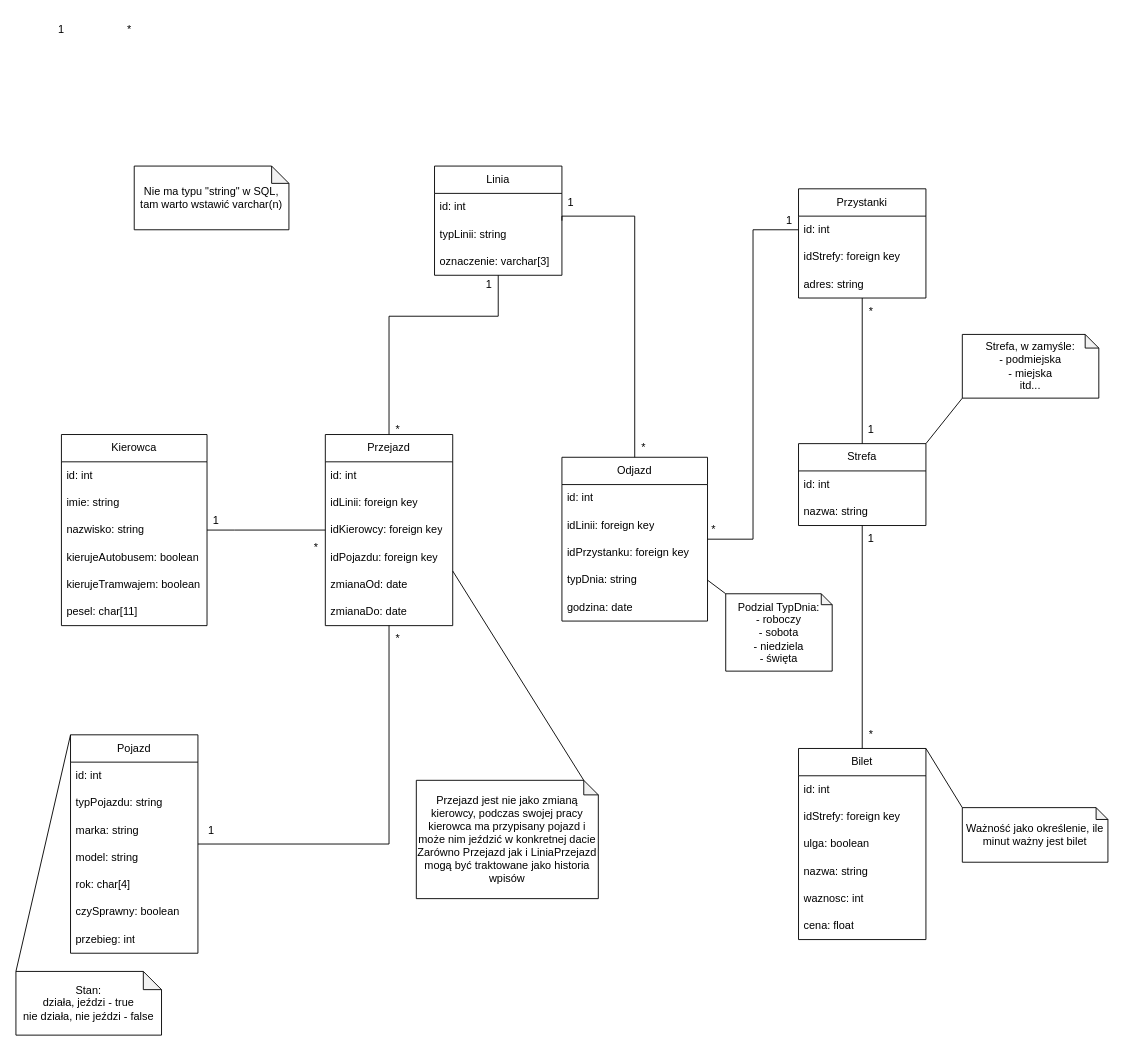
Pietrzaaq/bus-base keeps this draw.io diagram as TableDiagram.drawio. Above is the earlier version. Source tidied: cells renumbered, new cells numbered last; positions are measured from the earlier drawing's top-left corner, leaving out a move shared by most shapes. Both pictures are drawn from the tidied source at 91%, with x=0, y=0 at pixel (15, 15).
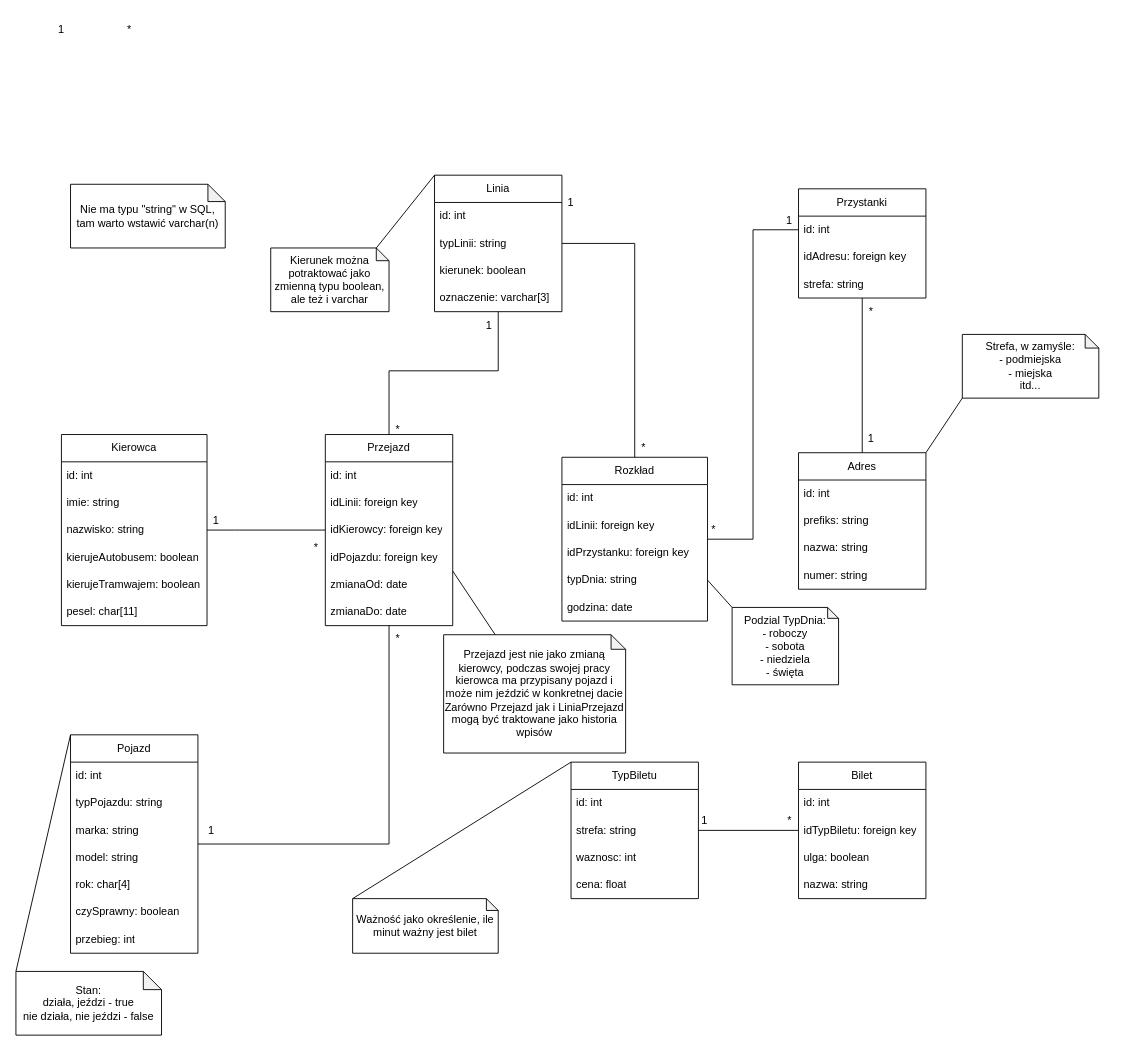
Above is the later version.

Commit message:
Table diagram after suggestions (#2)

* Table diagram after suggestions

* fixup! Table diagram after suggestions

The change refers to these unchanged cells:
```xml
<mxCell id="9" value="Przystanki" style="swimlane;fontStyle=0;horizontal=1;startSize=30;whiteSpace=wrap;html=1;" parent="1" vertex="1">
  <mxGeometry x="860" y="190" width="140" height="120" as="geometry" />
</mxCell>
<mxCell id="43" value="Przejazd" style="swimlane;fontStyle=0;horizontal=1;startSize=30;whiteSpace=wrap;html=1;" parent="1" vertex="1">
  <mxGeometry x="340" y="460" width="140" height="210" as="geometry" />
</mxCell>
```

The edit, as a diff of the source:
```diff
@@
     <mxCell id="2" value="Linia" style="swimlane;fontStyle=0;horizontal=1;startSize=30;whiteSpace=wrap;html=1;" parent="1" vertex="1">
-      <mxGeometry x="460" y="165" width="140" height="120" as="geometry" />
+      <mxGeometry x="460" y="175" width="140" height="150" as="geometry" />
     </mxCell>
@@
+    <mxCell id="82" value="kierunek: boolean" style="text;strokeColor=none;fillColor=none;align=left;verticalAlign=middle;spacingLeft=4;spacingRight=4;overflow=hidden;whiteSpace=wrap;html=1;" parent="2" vertex="1">
+      <mxGeometry y="90" width="140" height="30" as="geometry" />
+    </mxCell>
     <mxCell id="5" value="oznaczenie: varchar[3]" style="text;strokeColor=none;fillColor=none;align=left;verticalAlign=middle;spacingLeft=4;spacingRight=4;overflow=hidden;whiteSpace=wrap;html=1;" parent="2" vertex="1">
-      <mxGeometry y="90" width="140" height="30" as="geometry" />
+      <mxGeometry y="120" width="140" height="30" as="geometry" />
     </mxCell>
     <mxCell id="6" value="Nie ma typu &quot;string&quot; w SQL, tam warto wstawić varchar(n)" style="shape=note;whiteSpace=wrap;html=1;backgroundOutline=1;darkOpacity=0.05;size=19;" parent="1" vertex="1">
-      <mxGeometry x="130" y="165" width="170" height="70" as="geometry" />
+      <mxGeometry x="60" y="185" width="170" height="70" as="geometry" />
     </mxCell>
@@
+    <mxCell id="83" value="idAdresu: foreign key" style="text;strokeColor=none;fillColor=none;align=left;verticalAlign=middle;spacingLeft=4;spacingRight=4;overflow=hidden;whiteSpace=wrap;html=1;" parent="9" vertex="1">
+      <mxGeometry y="60" width="140" height="30" as="geometry" />
+    </mxCell>
-    <mxCell id="11" value="idStrefy: foreign key" style="text;strokeColor=none;fillColor=none;align=left;verticalAlign=middle;spacingLeft=4;spacingRight=4;overflow=hidden;whiteSpace=wrap;html=1;" parent="9" vertex="1">
-      <mxGeometry y="60" width="140" height="30" as="geometry" />
+    <mxCell id="11" value="strefa: string" style="text;strokeColor=none;fillColor=none;align=left;verticalAlign=middle;spacingLeft=4;spacingRight=4;overflow=hidden;whiteSpace=wrap;html=1;" parent="9" vertex="1">
+      <mxGeometry y="90" width="140" height="30" as="geometry" />
     </mxCell>
-    <mxCell id="12" value="adres: string" style="text;strokeColor=none;fillColor=none;align=left;verticalAlign=middle;spacingLeft=4;spacingRight=4;overflow=hidden;whiteSpace=wrap;html=1;" parent="9" vertex="1">
-      <mxGeometry y="90" width="140" height="30" as="geometry" />
-    </mxCell>
-    <mxCell id="13" value="Strefa" style="swimlane;fontStyle=0;horizontal=1;startSize=30;whiteSpace=wrap;html=1;" parent="1" vertex="1">
-      <mxGeometry x="860" y="470" width="140" height="90" as="geometry" />
+    <mxCell id="13" value="Adres" style="swimlane;fontStyle=0;horizontal=1;startSize=30;whiteSpace=wrap;html=1;" parent="1" vertex="1">
+      <mxGeometry x="860" y="480" width="140" height="150" as="geometry" />
     </mxCell>
@@
+    <mxCell id="84" value="prefiks: string" style="text;strokeColor=none;fillColor=none;align=left;verticalAlign=middle;spacingLeft=4;spacingRight=4;overflow=hidden;whiteSpace=wrap;html=1;" parent="13" vertex="1">
+      <mxGeometry y="60" width="140" height="30" as="geometry" />
+    </mxCell>
     <mxCell id="15" value="nazwa: string" style="text;strokeColor=none;fillColor=none;align=left;verticalAlign=middle;spacingLeft=4;spacingRight=4;overflow=hidden;whiteSpace=wrap;html=1;" parent="13" vertex="1">
-      <mxGeometry y="60" width="140" height="30" as="geometry" />
+      <mxGeometry y="90" width="140" height="30" as="geometry" />
     </mxCell>
+    <mxCell id="85" value="numer: string" style="text;strokeColor=none;fillColor=none;align=left;verticalAlign=middle;spacingLeft=4;spacingRight=4;overflow=hidden;whiteSpace=wrap;html=1;" parent="13" vertex="1">
+      <mxGeometry y="120" width="140" height="30" as="geometry" />
+    </mxCell>
@@
     <mxCell id="17" value="1" style="text;html=1;strokeColor=none;fillColor=none;align=center;verticalAlign=middle;whiteSpace=wrap;rounded=0;" parent="1" vertex="1">
-      <mxGeometry x="910" y="440" width="60" height="30" as="geometry" />
+      <mxGeometry x="910" y="450" width="60" height="30" as="geometry" />
     </mxCell>
@@
     <mxCell id="19" value="Bilet" style="swimlane;fontStyle=0;horizontal=1;startSize=30;whiteSpace=wrap;html=1;" parent="1" vertex="1">
-      <mxGeometry x="860" y="805" width="140" height="210" as="geometry" />
+      <mxGeometry x="860" y="820" width="140" height="150" as="geometry" />
     </mxCell>
@@
-    <mxCell id="21" value="idStrefy: foreign key" style="text;strokeColor=none;fillColor=none;align=left;verticalAlign=middle;spacingLeft=4;spacingRight=4;overflow=hidden;whiteSpace=wrap;html=1;" parent="19" vertex="1">
+    <mxCell id="21" value="idTypBiletu: foreign key" style="text;strokeColor=none;fillColor=none;align=left;verticalAlign=middle;spacingLeft=4;spacingRight=4;overflow=hidden;whiteSpace=wrap;html=1;" parent="19" vertex="1">
       <mxGeometry y="60" width="140" height="30" as="geometry" />
     </mxCell>
@@
-    <mxCell id="24" value="waznosc: int" style="text;strokeColor=none;fillColor=none;align=left;verticalAlign=middle;spacingLeft=4;spacingRight=4;overflow=hidden;whiteSpace=wrap;html=1;" parent="19" vertex="1">
-      <mxGeometry y="150" width="140" height="30" as="geometry" />
-    </mxCell>
-    <mxCell id="25" value="cena: float" style="text;strokeColor=none;fillColor=none;align=left;verticalAlign=middle;spacingLeft=4;spacingRight=4;overflow=hidden;whiteSpace=wrap;html=1;" parent="19" vertex="1">
-      <mxGeometry y="180" width="140" height="30" as="geometry" />
-    </mxCell>
-    <mxCell id="26" style="edgeStyle=orthogonalEdgeStyle;rounded=0;jettySize=auto;html=1;endArrow=none;endFill=0;exitX=0.5;exitY=0;exitDx=0;exitDy=0;entryX=0.5;entryY=1;entryDx=0;entryDy=0;" parent="1" edge="1" source="19" target="13">
-      <mxGeometry relative="1" as="geometry" />
+    <mxCell id="26" style="edgeStyle=orthogonalEdgeStyle;rounded=0;jettySize=auto;html=1;endArrow=none;endFill=0;entryX=1;entryY=0.5;entryDx=0;entryDy=0;" parent="1" edge="1" target="90">
+      <mxGeometry relative="1" as="geometry">
+        <mxPoint x="860" y="895" as="sourcePoint" />
+        <Array as="points">
+          <mxPoint x="860" y="895" />
+        </Array>
+      </mxGeometry>
     </mxCell>
@@
-    <mxCell id="50" value="Odjazd" style="swimlane;fontStyle=0;horizontal=1;startSize=30;whiteSpace=wrap;html=1;" parent="1" vertex="1">
+    <mxCell id="50" value="Rozkład" style="swimlane;fontStyle=0;horizontal=1;startSize=30;whiteSpace=wrap;html=1;" parent="1" vertex="1">
       <mxGeometry x="600" y="485" width="160" height="180" as="geometry" />
     </mxCell>
@@
     <mxCell id="58" style="edgeStyle=orthogonalEdgeStyle;rounded=0;jettySize=auto;html=1;endArrow=none;endFill=0;entryX=1;entryY=0.5;entryDx=0;entryDy=0;exitX=0.5;exitY=0;exitDx=0;exitDy=0;" parent="1" edge="1" source="50" target="2">
       <mxGeometry relative="1" as="geometry">
         <Array as="points">
-          <mxPoint x="680" y="220" />
+          <mxPoint x="680" y="250" />
         </Array>
       </mxGeometry>
     </mxCell>
@@
     <mxCell id="60" style="edgeStyle=orthogonalEdgeStyle;rounded=0;jettySize=auto;html=1;endArrow=none;endFill=0;exitX=0.5;exitY=1;exitDx=0;exitDy=0;entryX=0.5;entryY=0;entryDx=0;entryDy=0;" parent="1" edge="1" source="2" target="43">
       <mxGeometry relative="1" as="geometry">
         <Array as="points">
-          <mxPoint x="530" y="330" />
-          <mxPoint x="410" y="330" />
+          <mxPoint x="530" y="390" />
+          <mxPoint x="410" y="390" />
         </Array>
       </mxGeometry>
     </mxCell>
@@
     <mxCell id="62" value="1" style="text;html=1;strokeColor=none;fillColor=none;align=center;verticalAlign=middle;whiteSpace=wrap;rounded=0;" parent="1" vertex="1">
-      <mxGeometry x="490" y="280" width="60" height="30" as="geometry" />
+      <mxGeometry x="510" y="325" width="20" height="30" as="geometry" />
     </mxCell>
@@
     <mxCell id="69" value="*" style="text;html=1;strokeColor=none;fillColor=none;align=center;verticalAlign=middle;whiteSpace=wrap;rounded=0;" parent="1" vertex="1">
-      <mxGeometry x="910" y="775" width="60" height="30" as="geometry" />
+      <mxGeometry x="835.8" y="870" width="28.5" height="30" as="geometry" />
     </mxCell>
     <mxCell id="70" value="1" style="text;html=1;strokeColor=none;fillColor=none;align=center;verticalAlign=middle;whiteSpace=wrap;rounded=0;" parent="1" vertex="1">
-      <mxGeometry x="910" y="560" width="60" height="30" as="geometry" />
+      <mxGeometry x="727" y="870" width="60" height="30" as="geometry" />
     </mxCell>
@@
     <mxCell id="74" value="Przejazd jest nie jako zmianą kierowcy, podczas swojej pracy kierowca ma przypisany pojazd i może nim jeździć w konkretnej dacie&lt;br&gt;Zarówno Przejazd jak i LiniaPrzejazd mogą być traktowane jako historia wpisów" style="shape=note;whiteSpace=wrap;html=1;backgroundOutline=1;darkOpacity=0.05;size=16;" parent="1" vertex="1">
-      <mxGeometry x="440" y="840" width="200" height="130" as="geometry" />
+      <mxGeometry x="470" y="680" width="200" height="130" as="geometry" />
     </mxCell>
-    <mxCell id="75" style="endArrow=none;html=1;rounded=0;exitX=0;exitY=0;exitDx=184;exitDy=0;exitPerimeter=0;" parent="1" edge="1" source="74">
+    <mxCell id="75" style="endArrow=none;html=1;rounded=0;" parent="1" edge="1" source="74">
       <mxGeometry relative="1" as="geometry">
         <mxPoint x="480" y="610" as="targetPoint" />
       </mxGeometry>
     </mxCell>
@@
     <mxCell id="78" value="Podzial TypDnia:&lt;br&gt;- roboczy&lt;br&gt;- sobota&lt;br&gt;- niedziela&lt;br&gt;- święta" style="shape=note;whiteSpace=wrap;html=1;backgroundOutline=1;darkOpacity=0.05;size=12;" parent="1" vertex="1">
-      <mxGeometry x="780" y="635" width="117" height="85" as="geometry" />
+      <mxGeometry x="787" y="650" width="117" height="85" as="geometry" />
     </mxCell>
@@
     <mxCell id="80" value="Ważność jako określenie, ile minut ważny jest bilet" style="shape=note;whiteSpace=wrap;html=1;backgroundOutline=1;darkOpacity=0.05;size=13;" parent="1" vertex="1">
-      <mxGeometry x="1040" y="870" width="160" height="60" as="geometry" />
+      <mxGeometry x="370" y="970" width="160" height="60" as="geometry" />
     </mxCell>
-    <mxCell id="81" style="endArrow=none;html=1;rounded=0;entryX=1;entryY=0;entryDx=0;entryDy=0;exitX=0;exitY=0;exitDx=0;exitDy=0;exitPerimeter=0;" parent="1" edge="1" source="80" target="19">
+    <mxCell id="81" style="endArrow=none;html=1;rounded=0;exitX=0;exitY=0;exitDx=0;exitDy=0;exitPerimeter=0;entryX=0;entryY=0;entryDx=0;entryDy=0;" parent="1" edge="1" source="80" target="88">
       <mxGeometry relative="1" as="geometry" />
     </mxCell>
+    <mxCell id="86" value="Kierunek można potraktować jako zmienną typu boolean, ale też i varchar" style="shape=note;whiteSpace=wrap;html=1;backgroundOutline=1;darkOpacity=0.05;size=14;" parent="1" vertex="1">
+      <mxGeometry x="280" y="255" width="130" height="70" as="geometry" />
+    </mxCell>
+    <mxCell id="87" style="endArrow=none;html=1;rounded=0;entryX=0;entryY=0;entryDx=116;entryDy=0;entryPerimeter=0;exitX=0;exitY=0;exitDx=0;exitDy=0;" parent="1" edge="1" source="2" target="86">
+      <mxGeometry relative="1" as="geometry" />
+    </mxCell>
+    <mxCell id="88" value="TypBiletu" style="swimlane;fontStyle=0;horizontal=1;startSize=30;whiteSpace=wrap;html=1;" parent="1" vertex="1">
+      <mxGeometry x="610" y="820" width="140" height="150" as="geometry" />
+    </mxCell>
+    <mxCell id="89" value="id: int" style="text;strokeColor=none;fillColor=none;align=left;verticalAlign=middle;spacingLeft=4;spacingRight=4;overflow=hidden;whiteSpace=wrap;html=1;" parent="88" vertex="1">
+      <mxGeometry y="30" width="140" height="30" as="geometry" />
+    </mxCell>
+    <mxCell id="90" value="strefa: string" style="text;strokeColor=none;fillColor=none;align=left;verticalAlign=middle;spacingLeft=4;spacingRight=4;overflow=hidden;points=[[0,0.5],[1,0.5]];portConstraint=eastwest;whiteSpace=wrap;html=1;" parent="88" vertex="1">
+      <mxGeometry y="60" width="140" height="30" as="geometry" />
+    </mxCell>
+    <mxCell id="24" value="waznosc: int" style="text;strokeColor=none;fillColor=none;align=left;verticalAlign=middle;spacingLeft=4;spacingRight=4;overflow=hidden;whiteSpace=wrap;html=1;" parent="88" vertex="1">
+      <mxGeometry y="90" width="140" height="30" as="geometry" />
+    </mxCell>
+    <mxCell id="25" value="cena: float" style="text;strokeColor=none;fillColor=none;align=left;verticalAlign=middle;spacingLeft=4;spacingRight=4;overflow=hidden;whiteSpace=wrap;html=1;" parent="88" vertex="1">
+      <mxGeometry y="120" width="140" height="30" as="geometry" />
+    </mxCell>
```
